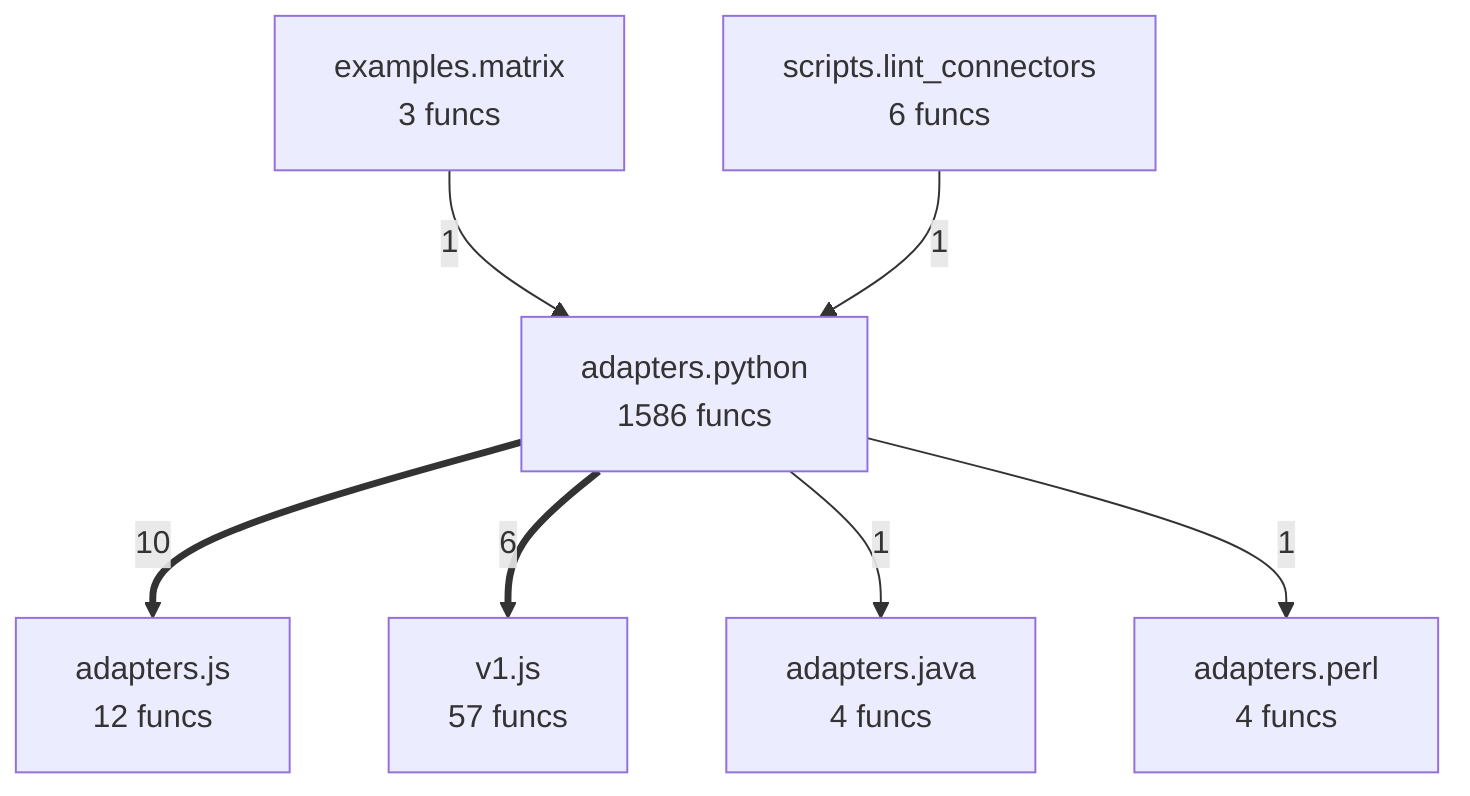
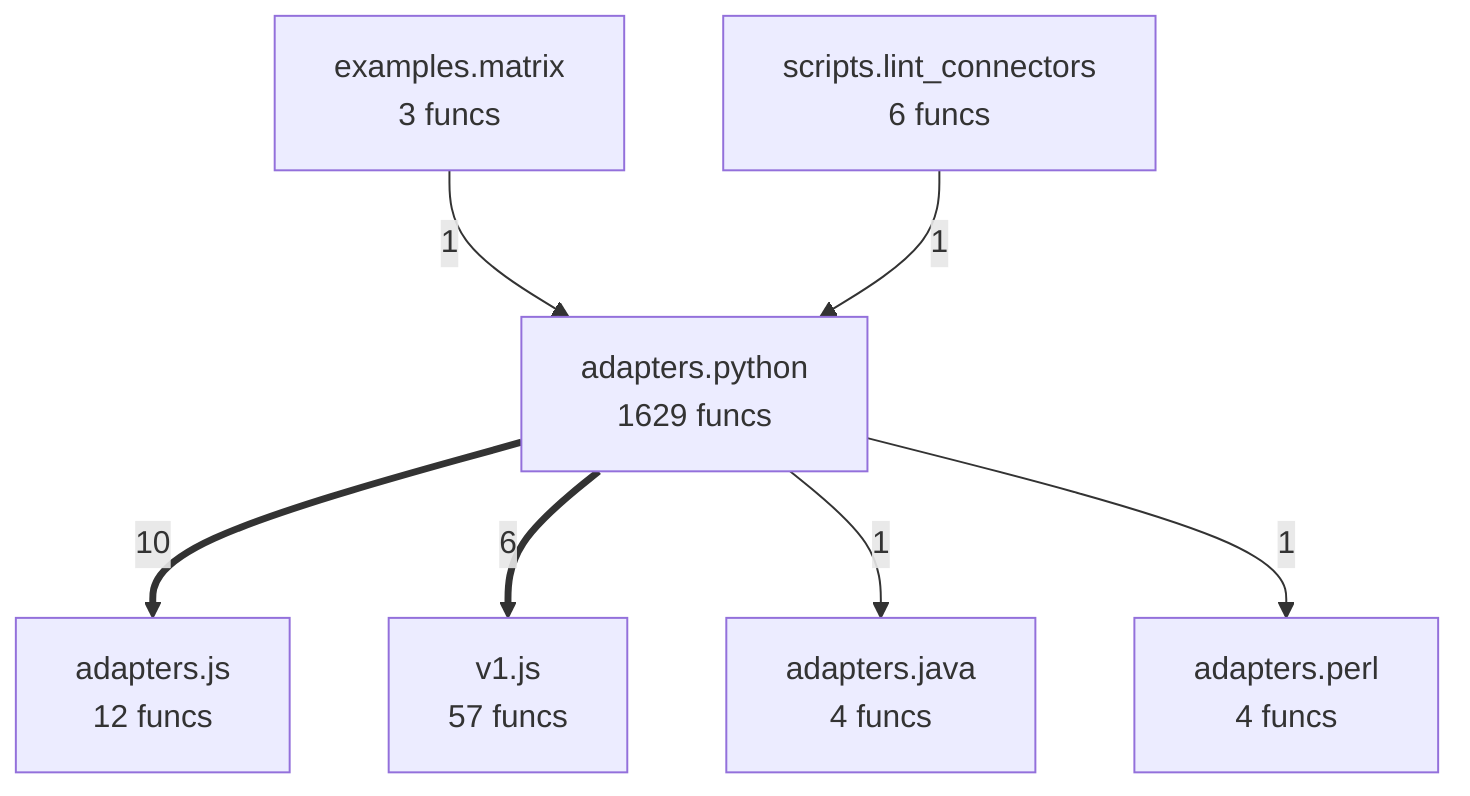
flowchart TD
- %% generated in 0.05s
+ %% generated in 0.04s
    adapters__java["adapters.java<br/>4 funcs"]
    adapters__js["adapters.js<br/>12 funcs"]
    adapters__perl["adapters.perl<br/>4 funcs"]
-     adapters__python["adapters.python<br/>1586 funcs"]
+     adapters__python["adapters.python<br/>1629 funcs"]
    examples__matrix["examples.matrix<br/>3 funcs"]
    scripts__lint_connectors["scripts.lint_connectors<br/>6 funcs"]
    v1__js["v1.js<br/>57 funcs"]
    adapters__python ==>|10| adapters__js
    adapters__python ==>|6| v1__js
    examples__matrix -->|1| adapters__python
    scripts__lint_connectors -->|1| adapters__python
    adapters__python -->|1| adapters__java
    adapters__python -->|1| adapters__perl
